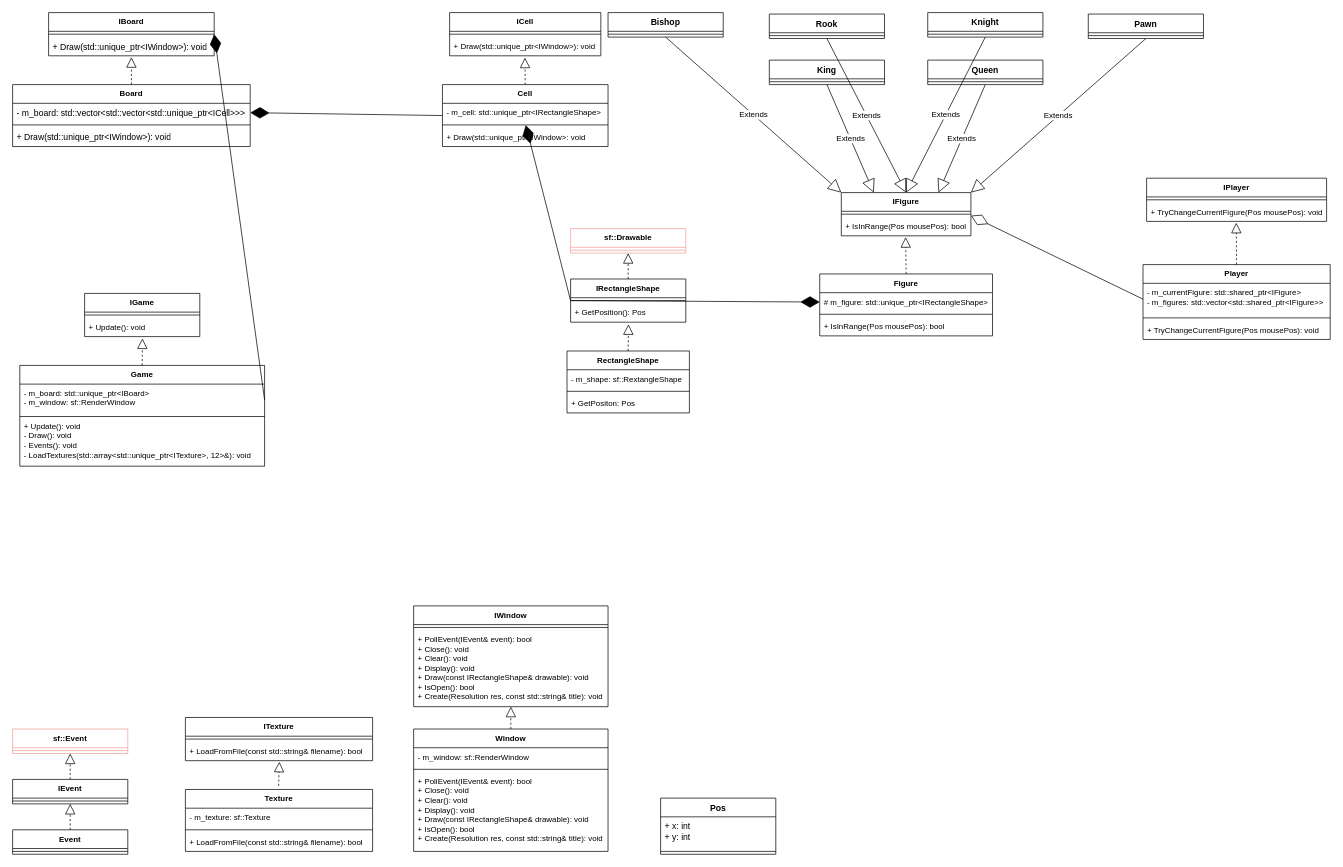
Above: Chess/Diagram bez tytułu.drawio in franq200/Chess (draw.io), before the change. Source tidied: cells renumbered, new cells numbered last; positions are measured from the earlier drawing's top-left corner, leaving out a move shared by most shapes. Both pictures are drawn from the tidied source at 72%, with x=0, y=0 at pixel (12, 12).
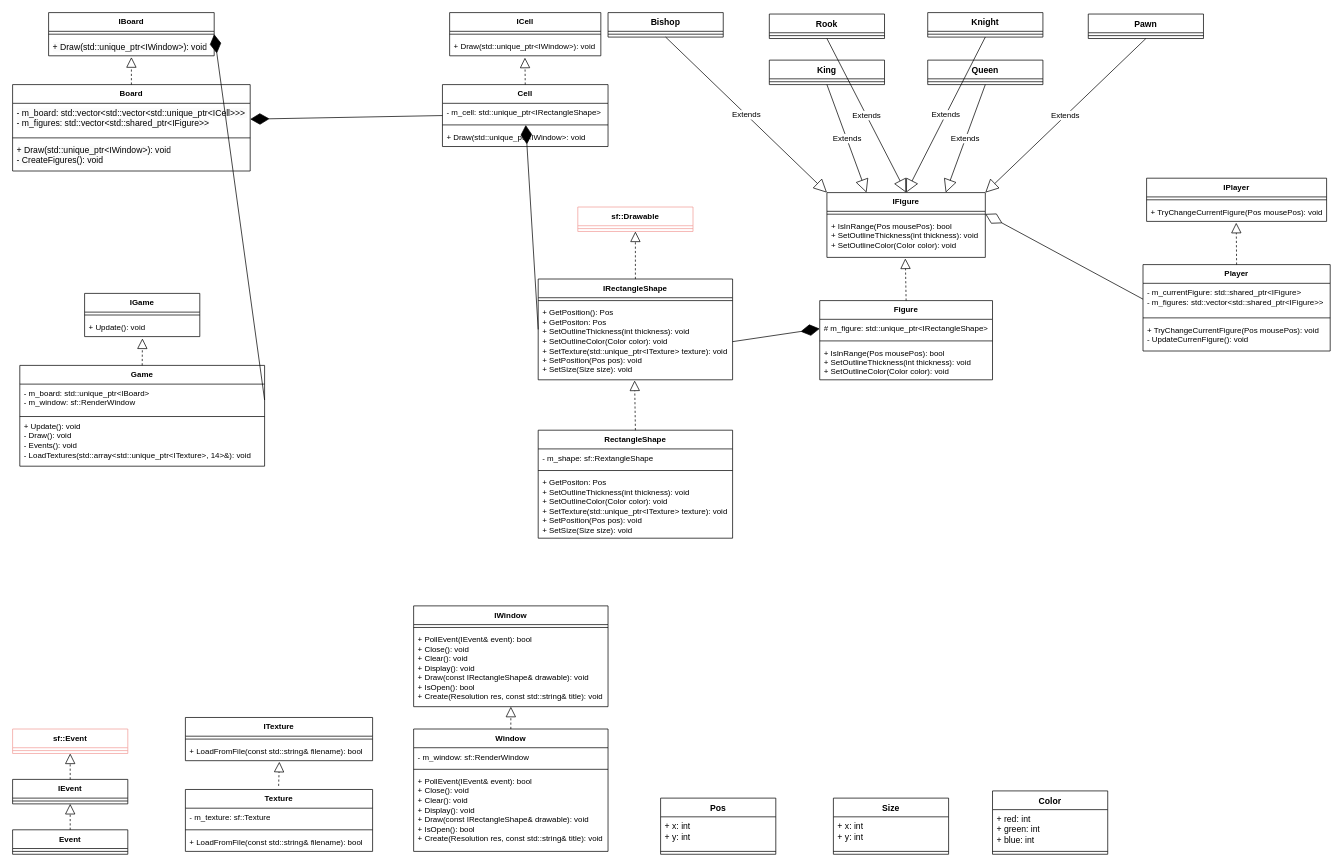
Above is the later version.

Unchanged cells that the change refers to:
```xml
<mxCell id="10" value="# m_figure: std::unique_ptr&amp;lt;IRectangleShape&amp;gt;" style="text;strokeColor=none;fillColor=none;align=left;verticalAlign=top;spacingLeft=4;spacingRight=4;overflow=hidden;points=[[0,0.5],[1,0.5]];portConstraint=eastwest;whiteSpace=wrap;html=1;fontFamily=Helvetica;fontSize=11;fontColor=default;labelBackgroundColor=default;" parent="9" vertex="1">
  <mxGeometry y="26" width="240" height="26" as="geometry" />
</mxCell>
<mxCell id="16" value="Game" style="swimlane;fontStyle=1;align=center;verticalAlign=top;horizontal=1;startSize=26;whiteSpace=wrap;html=1;fontFamily=Helvetica;fontSize=11;fontColor=default;labelBackgroundColor=default;" parent="1" vertex="1">
  <mxGeometry x="10" y="490" width="340" height="140" as="geometry" />
</mxCell>
```

Change to the diagram source:
```diff
@@
     <mxCell id="6" value="IFigure" style="swimlane;fontStyle=1;align=center;verticalAlign=top;horizontal=1;startSize=26;whiteSpace=wrap;html=1;fontFamily=Helvetica;fontSize=11;fontColor=default;labelBackgroundColor=default;" parent="1" vertex="1">
-      <mxGeometry x="1151" y="250" width="180" height="60" as="geometry" />
+      <mxGeometry x="1131" y="250" width="220" height="90" as="geometry" />
     </mxCell>
     <mxCell id="7" style="line;strokeWidth=1;fillColor=none;align=left;verticalAlign=middle;spacingTop=-1;spacingLeft=3;spacingRight=3;labelPosition=right;strokeColor=inherit;fontFamily=Helvetica;fontSize=11;fontColor=default;labelBackgroundColor=default;" parent="6" vertex="1">
-      <mxGeometry y="26" width="180" height="8" as="geometry" />
+      <mxGeometry y="26" width="220" height="8" as="geometry" />
     </mxCell>
-    <mxCell id="8" value="+ IsInRange(Pos mousePos): bool" style="text;strokeColor=none;fillColor=none;align=left;verticalAlign=top;spacingLeft=4;spacingRight=4;overflow=hidden;points=[[0,0.5],[1,0.5]];portConstraint=eastwest;whiteSpace=wrap;html=1;fontFamily=Helvetica;fontSize=11;fontColor=default;labelBackgroundColor=default;" parent="6" vertex="1">
-      <mxGeometry y="34" width="180" height="26" as="geometry" />
+    <mxCell id="8" value="&lt;div&gt;+ IsInRange(Pos mousePos): bool&lt;div&gt;+ SetOutlineThickness(int thickness): void&lt;/div&gt;&lt;div&gt;+ SetOutlineColor(Color color): void&lt;/div&gt;&lt;/div&gt;" style="text;strokeColor=none;fillColor=none;align=left;verticalAlign=top;spacingLeft=4;spacingRight=4;overflow=hidden;points=[[0,0.5],[1,0.5]];portConstraint=eastwest;whiteSpace=wrap;html=1;fontFamily=Helvetica;fontSize=11;fontColor=default;labelBackgroundColor=default;" parent="6" vertex="1">
+      <mxGeometry y="34" width="220" height="56" as="geometry" />
     </mxCell>
     <mxCell id="9" value="Figure" style="swimlane;fontStyle=1;align=center;verticalAlign=top;horizontal=1;startSize=26;whiteSpace=wrap;html=1;fontFamily=Helvetica;fontSize=11;fontColor=default;labelBackgroundColor=default;" parent="1" vertex="1">
-      <mxGeometry x="1121" y="363" width="240" height="86" as="geometry" />
+      <mxGeometry x="1121" y="400" width="240" height="110" as="geometry" />
     </mxCell>
@@
-    <mxCell id="12" value="+ IsInRange(Pos mousePos): bool" style="text;strokeColor=none;fillColor=none;align=left;verticalAlign=top;spacingLeft=4;spacingRight=4;overflow=hidden;whiteSpace=wrap;html=1;fontFamily=Helvetica;fontSize=11;fontColor=default;labelBackgroundColor=default;" parent="9" vertex="1">
-      <mxGeometry y="60" width="240" height="26" as="geometry" />
+    <mxCell id="12" value="+ IsInRange(Pos mousePos): bool&lt;div&gt;+ SetOutlineThickness(int thickness): void&lt;/div&gt;&lt;div&gt;+ SetOutlineColor(Color color): void&lt;/div&gt;" style="text;strokeColor=none;fillColor=none;align=left;verticalAlign=top;spacingLeft=4;spacingRight=4;overflow=hidden;whiteSpace=wrap;html=1;fontFamily=Helvetica;fontSize=11;fontColor=default;labelBackgroundColor=default;" parent="9" vertex="1">
+      <mxGeometry y="60" width="240" height="50" as="geometry" />
     </mxCell>
@@
-    <mxCell id="19" value="+ Update(): void&lt;div&gt;- Draw(): void&lt;/div&gt;&lt;div&gt;- Events(): void&lt;/div&gt;&lt;div&gt;- LoadTextures(std::array&amp;lt;std::unique_ptr&amp;lt;ITexture&amp;gt;, 12&amp;gt;&amp;amp;): void&lt;/div&gt;" style="text;strokeColor=none;fillColor=none;align=left;verticalAlign=top;spacingLeft=4;spacingRight=4;overflow=hidden;whiteSpace=wrap;html=1;fontFamily=Helvetica;fontSize=11;fontColor=default;labelBackgroundColor=default;" parent="16" vertex="1">
+    <mxCell id="19" value="+ Update(): void&lt;div&gt;- Draw(): void&lt;/div&gt;&lt;div&gt;- Events(): void&lt;/div&gt;&lt;div&gt;- LoadTextures(std::array&amp;lt;std::unique_ptr&amp;lt;ITexture&amp;gt;, 14&amp;gt;&amp;amp;): void&lt;/div&gt;" style="text;strokeColor=none;fillColor=none;align=left;verticalAlign=top;spacingLeft=4;spacingRight=4;overflow=hidden;whiteSpace=wrap;html=1;fontFamily=Helvetica;fontSize=11;fontColor=default;labelBackgroundColor=default;" parent="16" vertex="1">
       <mxGeometry y="72" width="340" height="68" as="geometry" />
     </mxCell>
@@
     <mxCell id="23" value="Player" style="swimlane;fontStyle=1;align=center;verticalAlign=top;horizontal=1;startSize=26;whiteSpace=wrap;html=1;fontFamily=Helvetica;fontSize=11;fontColor=default;labelBackgroundColor=default;" parent="1" vertex="1">
-      <mxGeometry x="1570" y="350" width="260" height="104" as="geometry" />
+      <mxGeometry x="1570" y="350" width="260" height="120" as="geometry" />
     </mxCell>
@@
-    <mxCell id="26" value="+ TryChangeCurrentFigure(Pos mousePos): void" style="text;strokeColor=none;fillColor=none;align=left;verticalAlign=top;spacingLeft=4;spacingRight=4;overflow=hidden;whiteSpace=wrap;html=1;fontFamily=Helvetica;fontSize=11;fontColor=default;labelBackgroundColor=default;" parent="23" vertex="1">
-      <mxGeometry y="78" width="260" height="26" as="geometry" />
+    <mxCell id="26" value="+ TryChangeCurrentFigure(Pos mousePos): void&lt;div&gt;- UpdateCurrenFigure(): void&lt;/div&gt;" style="text;strokeColor=none;fillColor=none;align=left;verticalAlign=top;spacingLeft=4;spacingRight=4;overflow=hidden;whiteSpace=wrap;html=1;fontFamily=Helvetica;fontSize=11;fontColor=default;labelBackgroundColor=default;" parent="23" vertex="1">
+      <mxGeometry y="78" width="260" height="42" as="geometry" />
     </mxCell>
     <mxCell id="27" value="IRectangleShape" style="swimlane;fontStyle=1;align=center;verticalAlign=top;horizontal=1;startSize=26;whiteSpace=wrap;html=1;fontFamily=Helvetica;fontSize=11;fontColor=default;labelBackgroundColor=default;" parent="1" vertex="1">
-      <mxGeometry x="775" y="370" width="160" height="60" as="geometry" />
+      <mxGeometry x="730" y="370" width="270" height="140" as="geometry" />
     </mxCell>
     <mxCell id="28" style="line;strokeWidth=1;fillColor=none;align=left;verticalAlign=middle;spacingTop=-1;spacingLeft=3;spacingRight=3;labelPosition=right;strokeColor=inherit;fontFamily=Helvetica;fontSize=11;fontColor=default;labelBackgroundColor=default;" parent="27" vertex="1">
-      <mxGeometry y="26" width="160" height="8" as="geometry" />
+      <mxGeometry y="26" width="270" height="8" as="geometry" />
     </mxCell>
-    <mxCell id="29" value="+ GetPosition(): Pos" style="text;strokeColor=none;fillColor=none;align=left;verticalAlign=top;spacingLeft=4;spacingRight=4;overflow=hidden;points=[[0,0.5],[1,0.5]];portConstraint=eastwest;whiteSpace=wrap;html=1;fontFamily=Helvetica;fontSize=11;fontColor=default;labelBackgroundColor=default;" parent="27" vertex="1">
-      <mxGeometry y="34" width="160" height="26" as="geometry" />
+    <mxCell id="29" value="+ GetPosition(): Pos&lt;div&gt;+ GetPositon: Pos&lt;div&gt;+ SetOutlineThickness(int thickness): void&lt;/div&gt;&lt;div&gt;+ SetOutlineColor(Color color): void&lt;/div&gt;&lt;div&gt;+ SetTexture(std::unique_ptr&amp;lt;ITexture&amp;gt; texture): void&lt;/div&gt;&lt;div&gt;+ SetPosition(Pos pos): void&lt;/div&gt;&lt;div&gt;+ SetSize(Size size): void&lt;/div&gt;&lt;/div&gt;" style="text;strokeColor=none;fillColor=none;align=left;verticalAlign=top;spacingLeft=4;spacingRight=4;overflow=hidden;points=[[0,0.5],[1,0.5]];portConstraint=eastwest;whiteSpace=wrap;html=1;fontFamily=Helvetica;fontSize=11;fontColor=default;labelBackgroundColor=default;" parent="27" vertex="1">
+      <mxGeometry y="34" width="270" height="106" as="geometry" />
     </mxCell>
     <mxCell id="30" value="RectangleShape" style="swimlane;fontStyle=1;align=center;verticalAlign=top;horizontal=1;startSize=26;whiteSpace=wrap;html=1;fontFamily=Helvetica;fontSize=11;fontColor=default;labelBackgroundColor=default;" parent="1" vertex="1">
-      <mxGeometry x="770" y="470" width="170" height="86" as="geometry" />
+      <mxGeometry x="730" y="580" width="270" height="150" as="geometry" />
     </mxCell>
     <mxCell id="31" value="- m_shape: sf::RextangleShape" style="text;strokeColor=none;fillColor=none;align=left;verticalAlign=top;spacingLeft=4;spacingRight=4;overflow=hidden;whiteSpace=wrap;html=1;fontFamily=Helvetica;fontSize=11;fontColor=default;labelBackgroundColor=default;" parent="30" vertex="1">
-      <mxGeometry y="26" width="170" height="26" as="geometry" />
+      <mxGeometry y="26" width="270" height="26" as="geometry" />
     </mxCell>
     <mxCell id="32" style="line;strokeWidth=1;fillColor=none;align=left;verticalAlign=middle;spacingTop=-1;spacingLeft=3;spacingRight=3;labelPosition=right;strokeColor=inherit;fontFamily=Helvetica;fontSize=11;fontColor=default;labelBackgroundColor=default;" parent="30" vertex="1">
-      <mxGeometry y="52" width="170" height="8" as="geometry" />
+      <mxGeometry y="52" width="270" height="8" as="geometry" />
     </mxCell>
-    <mxCell id="33" value="+ GetPositon: Pos" style="text;strokeColor=none;fillColor=none;align=left;verticalAlign=top;spacingLeft=4;spacingRight=4;overflow=hidden;whiteSpace=wrap;html=1;fontFamily=Helvetica;fontSize=11;fontColor=default;labelBackgroundColor=default;" parent="30" vertex="1">
-      <mxGeometry y="60" width="170" height="26" as="geometry" />
+    <mxCell id="33" value="+ GetPositon: Pos&lt;div&gt;+ SetOutlineThickness(int thickness): void&lt;/div&gt;&lt;div&gt;+ SetOutlineColor(Color color): void&lt;/div&gt;&lt;div&gt;+ SetTexture(std::unique_ptr&amp;lt;ITexture&amp;gt; texture): void&lt;/div&gt;&lt;div&gt;+ SetPosition(Pos pos): void&lt;/div&gt;&lt;div&gt;+ SetSize(Size size): void&lt;/div&gt;" style="text;strokeColor=none;fillColor=none;align=left;verticalAlign=top;spacingLeft=4;spacingRight=4;overflow=hidden;whiteSpace=wrap;html=1;fontFamily=Helvetica;fontSize=11;fontColor=default;labelBackgroundColor=default;" parent="30" vertex="1">
+      <mxGeometry y="60" width="270" height="90" as="geometry" />
     </mxCell>
@@
-    <mxCell id="49" style="endArrow=block;dashed=1;endFill=0;endSize=12;html=1;rounded=0;strokeColor=default;align=center;verticalAlign=middle;fontFamily=Helvetica;fontSize=11;fontColor=default;labelBackgroundColor=default;exitX=0.5;exitY=0;exitDx=0;exitDy=0;entryX=0.496;entryY=1.072;entryDx=0;entryDy=0;entryPerimeter=0;" parent="1" edge="1" source="9" target="8">
+    <mxCell id="49" style="endArrow=block;dashed=1;endFill=0;endSize=12;html=1;rounded=0;strokeColor=default;align=center;verticalAlign=middle;fontFamily=Helvetica;fontSize=11;fontColor=default;labelBackgroundColor=default;exitX=0.5;exitY=0;exitDx=0;exitDy=0;entryX=0.495;entryY=1.026;entryDx=0;entryDy=0;entryPerimeter=0;" parent="1" edge="1" source="9" target="8">
       <mxGeometry relative="1" as="geometry" />
     </mxCell>
@@
-    <mxCell id="52" style="endArrow=block;dashed=1;endFill=0;endSize=12;html=1;rounded=0;strokeColor=default;align=center;verticalAlign=middle;fontFamily=Helvetica;fontSize=11;fontColor=default;labelBackgroundColor=default;entryX=0.502;entryY=1.111;entryDx=0;entryDy=0;entryPerimeter=0;exitX=0.5;exitY=0;exitDx=0;exitDy=0;" parent="1" edge="1" source="30" target="29">
+    <mxCell id="52" style="endArrow=block;dashed=1;endFill=0;endSize=12;html=1;rounded=0;strokeColor=default;align=center;verticalAlign=middle;fontFamily=Helvetica;fontSize=11;fontColor=default;labelBackgroundColor=default;entryX=0.496;entryY=1.009;entryDx=0;entryDy=0;entryPerimeter=0;exitX=0.5;exitY=0;exitDx=0;exitDy=0;" parent="1" edge="1" source="30" target="29">
       <mxGeometry relative="1" as="geometry" />
     </mxCell>
@@
     <mxCell id="58" value="sf::Drawable" style="swimlane;fontStyle=1;align=center;verticalAlign=top;horizontal=1;startSize=26;whiteSpace=wrap;html=1;fontFamily=Helvetica;fontSize=11;fontColor=default;labelBackgroundColor=default;strokeColor=#F19C99;" parent="1" vertex="1">
-      <mxGeometry x="775" y="300" width="160" height="34" as="geometry" />
+      <mxGeometry x="785" y="270" width="160" height="34" as="geometry" />
     </mxCell>
@@
     <mxCell id="72" value="Board" style="swimlane;fontStyle=1;align=center;verticalAlign=top;horizontal=1;startSize=26;whiteSpace=wrap;html=1;fontFamily=Helvetica;fontSize=11;fontColor=default;labelBackgroundColor=default;" parent="1" vertex="1">
-      <mxGeometry y="100" width="330" height="86" as="geometry" />
+      <mxGeometry y="100" width="330" height="120" as="geometry" />
     </mxCell>
-    <mxCell id="73" value="&lt;span style=&quot;font-size: 12px; text-align: center; text-wrap: nowrap; background-color: rgb(251, 251, 251);&quot;&gt;- m_board: std::vector&amp;lt;std::vector&amp;lt;std::unique_ptr&amp;lt;ICell&amp;gt;&amp;gt;&amp;gt;&amp;nbsp;&lt;/span&gt;" style="text;strokeColor=none;fillColor=none;align=left;verticalAlign=top;spacingLeft=4;spacingRight=4;overflow=hidden;points=[[0,0.5],[1,0.5]];portConstraint=eastwest;whiteSpace=wrap;html=1;fontFamily=Helvetica;fontSize=11;fontColor=default;labelBackgroundColor=default;" parent="72" vertex="1">
-      <mxGeometry y="26" width="330" height="26" as="geometry" />
+    <mxCell id="73" value="&lt;span style=&quot;font-size: 12px; text-align: center; text-wrap: nowrap; background-color: rgb(251, 251, 251);&quot;&gt;- m_board: std::vector&amp;lt;std::vector&amp;lt;std::unique_ptr&amp;lt;ICell&amp;gt;&amp;gt;&amp;gt;&amp;nbsp;&lt;/span&gt;&lt;div&gt;&lt;span style=&quot;font-size: 12px; text-align: center; text-wrap: nowrap; background-color: rgb(251, 251, 251);&quot;&gt;- m_figures: std::vector&amp;lt;std::shared_ptr&amp;lt;IFigure&amp;gt;&amp;gt;&lt;/span&gt;&lt;/div&gt;" style="text;strokeColor=none;fillColor=none;align=left;verticalAlign=top;spacingLeft=4;spacingRight=4;overflow=hidden;points=[[0,0.5],[1,0.5]];portConstraint=eastwest;whiteSpace=wrap;html=1;fontFamily=Helvetica;fontSize=11;fontColor=default;labelBackgroundColor=default;" parent="72" vertex="1">
+      <mxGeometry y="26" width="330" height="44" as="geometry" />
     </mxCell>
     <mxCell id="74" style="line;strokeWidth=1;fillColor=none;align=left;verticalAlign=middle;spacingTop=-1;spacingLeft=3;spacingRight=3;labelPosition=right;strokeColor=inherit;fontFamily=Helvetica;fontSize=11;fontColor=default;labelBackgroundColor=default;" parent="72" vertex="1">
-      <mxGeometry y="52" width="330" height="8" as="geometry" />
+      <mxGeometry y="70" width="330" height="8" as="geometry" />
     </mxCell>
-    <mxCell id="75" value="&lt;span style=&quot;font-size: 12px; text-align: center; text-wrap: nowrap; background-color: rgb(251, 251, 251);&quot;&gt;+ Draw(std::unique_ptr&amp;lt;IWindow&amp;gt;): void&lt;/span&gt;" style="text;strokeColor=none;fillColor=none;align=left;verticalAlign=top;spacingLeft=4;spacingRight=4;overflow=hidden;whiteSpace=wrap;html=1;fontFamily=Helvetica;fontSize=11;fontColor=default;labelBackgroundColor=default;" parent="72" vertex="1">
-      <mxGeometry y="60" width="330" height="26" as="geometry" />
+    <mxCell id="75" value="&lt;span style=&quot;font-size: 12px; text-align: center; text-wrap: nowrap; background-color: rgb(251, 251, 251);&quot;&gt;+ Draw(std::unique_ptr&amp;lt;IWindow&amp;gt;): void&lt;/span&gt;&lt;div&gt;&lt;span style=&quot;font-size: 12px; text-align: center; text-wrap: nowrap; background-color: rgb(251, 251, 251);&quot;&gt;- CreateFigures(): void&lt;/span&gt;&lt;/div&gt;" style="text;strokeColor=none;fillColor=none;align=left;verticalAlign=top;spacingLeft=4;spacingRight=4;overflow=hidden;whiteSpace=wrap;html=1;fontFamily=Helvetica;fontSize=11;fontColor=default;labelBackgroundColor=default;" parent="72" vertex="1">
+      <mxGeometry y="78" width="330" height="42" as="geometry" />
     </mxCell>
@@
-    <mxCell id="79" style="endArrow=diamondThin;endFill=1;endSize=24;html=1;rounded=0;strokeColor=default;align=center;verticalAlign=middle;fontFamily=Helvetica;fontSize=11;fontColor=default;labelBackgroundColor=default;entryX=0;entryY=0.5;entryDx=0;entryDy=0;exitX=0;exitY=0.5;exitDx=0;exitDy=0;" parent="1" edge="1" source="27" target="10">
+    <mxCell id="79" style="endArrow=diamondThin;endFill=1;endSize=24;html=1;rounded=0;strokeColor=default;align=center;verticalAlign=middle;fontFamily=Helvetica;fontSize=11;fontColor=default;labelBackgroundColor=default;entryX=0;entryY=0.5;entryDx=0;entryDy=0;exitX=1;exitY=0.5;exitDx=0;exitDy=0;" parent="1" edge="1" source="29" target="10">
       <mxGeometry relative="1" as="geometry" />
     </mxCell>
@@
+    <mxCell id="103" value="Color" style="swimlane;fontStyle=1;align=center;verticalAlign=top;horizontal=1;startSize=26;whiteSpace=wrap;html=1;" parent="1" vertex="1">
+      <mxGeometry x="1361" y="1081" width="160" height="88" as="geometry" />
+    </mxCell>
+    <mxCell id="104" value="+ red: int&lt;div&gt;+ green: int&lt;/div&gt;&lt;div&gt;+ blue: int&lt;/div&gt;" style="text;strokeColor=none;fillColor=none;align=left;verticalAlign=top;spacingLeft=4;spacingRight=4;overflow=hidden;whiteSpace=wrap;html=1;" parent="103" vertex="1">
+      <mxGeometry y="26" width="160" height="54" as="geometry" />
+    </mxCell>
+    <mxCell id="105" style="line;strokeWidth=1;fillColor=none;align=left;verticalAlign=middle;spacingTop=-1;spacingLeft=3;spacingRight=3;labelPosition=right;strokeColor=inherit;" parent="103" vertex="1">
+      <mxGeometry y="80" width="160" height="8" as="geometry" />
+    </mxCell>
+    <mxCell id="106" value="Size" style="swimlane;fontStyle=1;align=center;verticalAlign=top;horizontal=1;startSize=26;whiteSpace=wrap;html=1;" parent="1" vertex="1">
+      <mxGeometry x="1140" y="1091" width="160" height="78" as="geometry" />
+    </mxCell>
+    <mxCell id="107" value="+ x: int&lt;div&gt;+ y: int&lt;/div&gt;" style="text;strokeColor=none;fillColor=none;align=left;verticalAlign=top;spacingLeft=4;spacingRight=4;overflow=hidden;whiteSpace=wrap;html=1;" parent="106" vertex="1">
+      <mxGeometry y="26" width="160" height="44" as="geometry" />
+    </mxCell>
+    <mxCell id="108" style="line;strokeWidth=1;fillColor=none;align=left;verticalAlign=middle;spacingTop=-1;spacingLeft=3;spacingRight=3;labelPosition=right;strokeColor=inherit;" parent="106" vertex="1">
+      <mxGeometry y="70" width="160" height="8" as="geometry" />
+    </mxCell>
```
